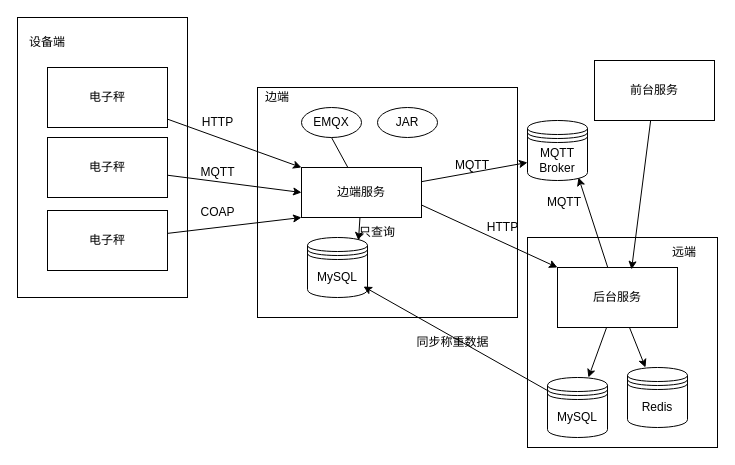
akynazh/aws keeps this draw.io diagram as design/软件部署图.dio. Above is the earlier version. Source tidied: cells renumbered, new cells numbered last; positions are measured from the earlier drawing's top-left corner, leaving out a move shared by most shapes. Both pictures are drawn from the tidied source at 100%, with x=0, y=0 at pixel (17, 17).
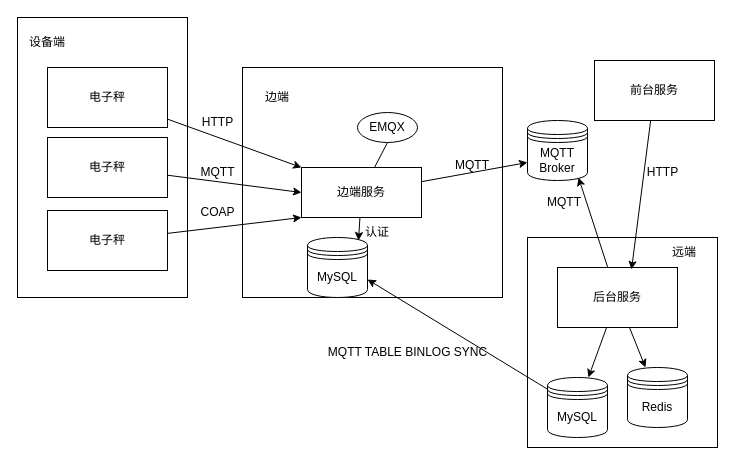
The same page after the edit.

The change refers to these unchanged cells:
```xml
<mxCell id="8" value="边端服务" style="rounded=0;whiteSpace=wrap;html=1;" parent="1" vertex="1">
  <mxGeometry x="284" y="150" width="120" height="50" as="geometry" />
</mxCell>
<mxCell id="21" value="后台服务" style="rounded=0;whiteSpace=wrap;html=1;" parent="1" vertex="1">
  <mxGeometry x="540" y="250" width="120" height="60" as="geometry" />
</mxCell>
<mxCell id="25" value="MySQL" style="shape=datastore;whiteSpace=wrap;html=1;" parent="1" vertex="1">
  <mxGeometry x="530" y="360" width="60" height="60" as="geometry" />
</mxCell>
<mxCell id="26" value="MySQL" style="shape=datastore;whiteSpace=wrap;html=1;" parent="1" vertex="1">
  <mxGeometry x="290" y="220" width="60" height="60" as="geometry" />
</mxCell>
```

What changed in the source:
```diff
@@
     <mxCell id="4" style="rounded=0;whiteSpace=wrap;html=1;" parent="1" vertex="1">
-      <mxGeometry x="240" y="70" width="260" height="230" as="geometry" />
+      <mxGeometry x="225" y="50" width="260" height="230" as="geometry" />
     </mxCell>
@@
-    <mxCell id="15" style="edgeStyle=none;html=1;entryX=0;entryY=0;entryDx=0;entryDy=0;exitX=1;exitY=0.75;exitDx=0;exitDy=0;" parent="1" edge="1" source="8" target="21">
-      <mxGeometry relative="1" as="geometry" />
-    </mxCell>
@@
-    <mxCell id="22" value="HTTP" style="text;html=1;align=center;verticalAlign=middle;strokeColor=none;fillColor=none;" parent="1" vertex="1">
-      <mxGeometry x="460" y="195" width="50" height="30" as="geometry" />
-    </mxCell>
     <mxCell id="23" value="EMQX" style="ellipse;whiteSpace=wrap;html=1;" parent="1" vertex="1">
-      <mxGeometry x="284" y="90" width="60" height="30" as="geometry" />
+      <mxGeometry x="340" y="95" width="60" height="30" as="geometry" />
     </mxCell>
@@
+    <mxCell id="28" style="edgeStyle=none;html=1;entryX=1;entryY=0.7;entryDx=0;entryDy=0;" parent="1" edge="1" source="25" target="26">
+      <mxGeometry relative="1" as="geometry" />
+    </mxCell>
@@
-    <mxCell id="28" style="edgeStyle=none;html=1;entryX=0.933;entryY=0.817;entryDx=0;entryDy=0;entryPerimeter=0;" parent="1" edge="1" source="25" target="26">
-      <mxGeometry relative="1" as="geometry" />
-    </mxCell>
-    <mxCell id="29" value="同步称重数据" style="text;html=1;align=center;verticalAlign=middle;strokeColor=none;fillColor=none;" parent="1" vertex="1">
-      <mxGeometry x="385" y="310" width="100" height="30" as="geometry" />
-    </mxCell>
@@
-    <mxCell id="34" value="只查询" style="text;html=1;align=center;verticalAlign=middle;whiteSpace=wrap;rounded=0;" parent="1" vertex="1">
+    <mxCell id="34" value="认证" style="text;html=1;align=center;verticalAlign=middle;whiteSpace=wrap;rounded=0;" parent="1" vertex="1">
       <mxGeometry x="330" y="200" width="60" height="30" as="geometry" />
     </mxCell>
@@
-    <mxCell id="39" value="JAR" style="ellipse;whiteSpace=wrap;html=1;" parent="1" vertex="1">
-      <mxGeometry x="360" y="90" width="60" height="30" as="geometry" />
-    </mxCell>
+    <mxCell id="22" value="HTTP" style="text;html=1;align=center;verticalAlign=middle;strokeColor=none;fillColor=none;" parent="1" vertex="1">
+      <mxGeometry x="620" y="140" width="50" height="30" as="geometry" />
+    </mxCell>
+    <mxCell id="40" value="MQTT TABLE BINLOG SYNC" style="text;html=1;align=center;verticalAlign=middle;strokeColor=none;fillColor=none;" parent="1" vertex="1">
+      <mxGeometry x="300" y="320" width="180" height="30" as="geometry" />
+    </mxCell>
```
